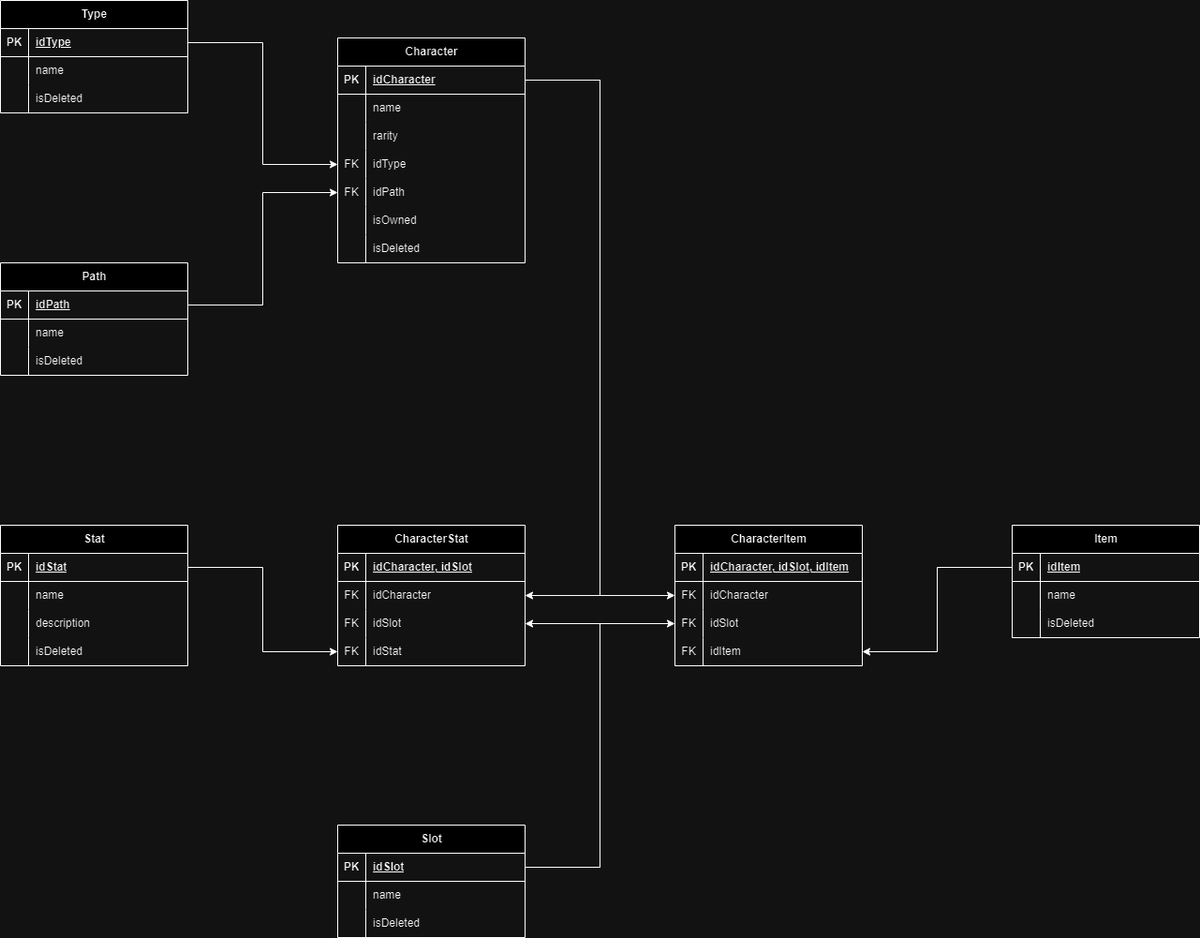
The draw.io diagram HSRDB_RelationalDiagram.png in mabossanyi/HSRDB, before a commit. Source tidied: cells renumbered, new cells last; positions are measured from the earlier drawing's top-left corner, leaving out a move shared by most shapes.
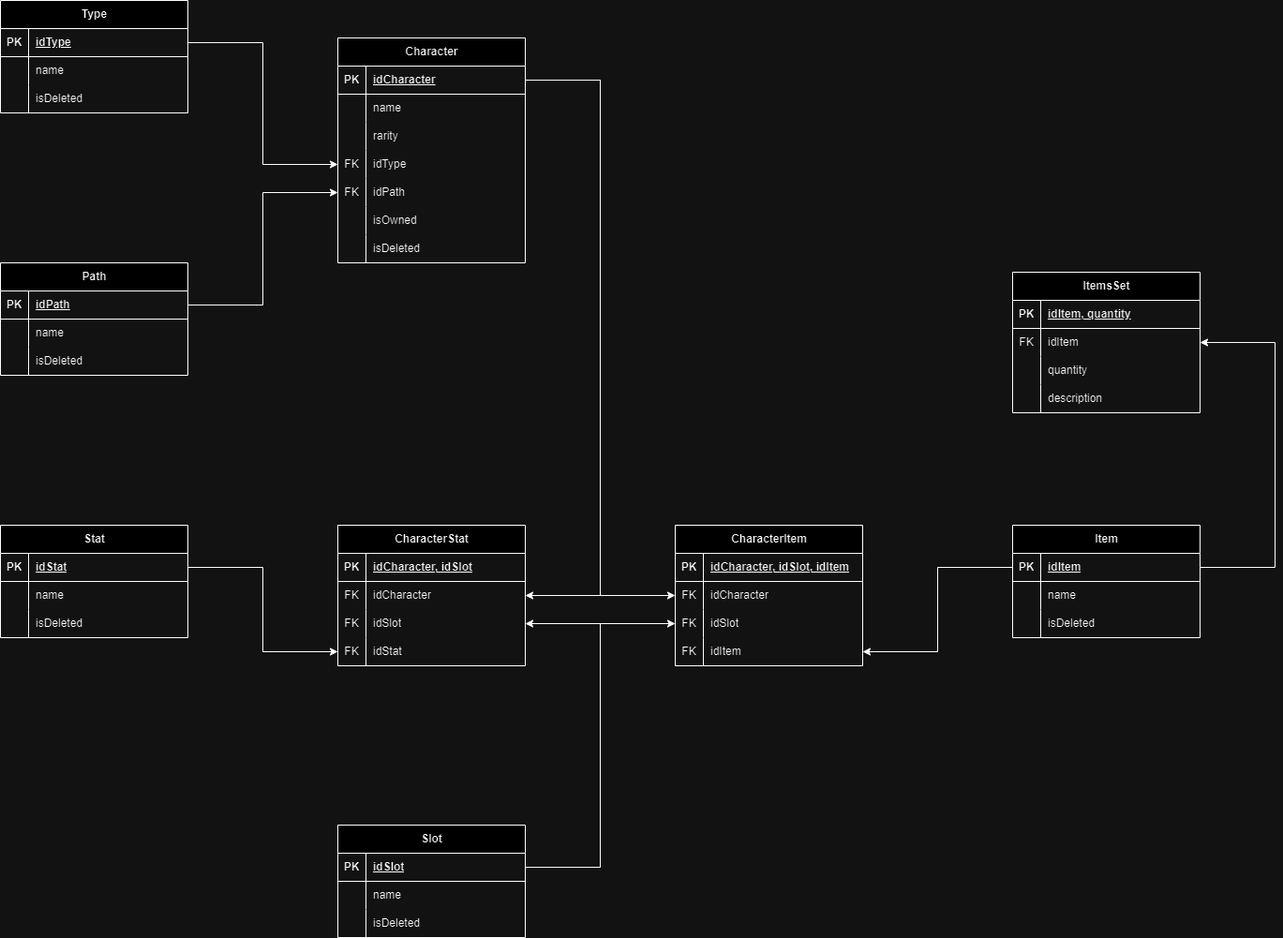
Later version of the same file.

Commit message:
Updated the files related to the ER diagram and Relational diagram for the database

What changed in the source:
```diff
@@ -189,7 +189,7 @@
       <mxGeometry x="30" width="170" height="30" as="geometry" />
     </mxCell>
     <mxCell id="64" value="Stat" style="shape=table;startSize=30;rowLines=0;fontStyle=1;align=center;html=1;" parent="1" vertex="1">
-      <mxGeometry y="560" width="200" height="150" as="geometry" />
+      <mxGeometry y="560" width="200" height="120" as="geometry" />
     </mxCell>
     <mxCell id="65" style="shape=tableRow;horizontal=0;startSize=0;swimlaneHead=0;swimlaneBody=0;fillColor=none;points=[[0,0.5],[1,0.5]];portConstraint=eastwest;top=0;left=0;right=0;bottom=1;" parent="64" vertex="1">
       <mxGeometry y="30" width="200" height="30" as="geometry" />
@@ -209,17 +209,8 @@
     <mxCell id="70" value="name" style="shape=partialRectangle;fillColor=none;top=0;left=0;bottom=0;right=0;align=left;spacingLeft=6;overflow=hidden;whiteSpace=wrap;html=1;" parent="68" vertex="1">
       <mxGeometry x="30" width="170" height="30" as="geometry" />
     </mxCell>
-    <mxCell id="71" style="shape=tableRow;horizontal=0;startSize=0;swimlaneHead=0;swimlaneBody=0;fillColor=none;top=0;left=0;right=0;bottom=0;" parent="64" vertex="1">
-      <mxGeometry y="90" width="200" height="30" as="geometry" />
-    </mxCell>
-    <mxCell id="72" style="shape=partialRectangle;fillColor=none;top=0;left=0;bottom=0;right=0;overflow=hidden;whiteSpace=wrap;html=1;" parent="71" vertex="1">
-      <mxGeometry width="30" height="30" as="geometry" />
-    </mxCell>
-    <mxCell id="73" value="description" style="shape=partialRectangle;fillColor=none;top=0;left=0;bottom=0;right=0;align=left;spacingLeft=6;overflow=hidden;whiteSpace=wrap;html=1;" parent="71" vertex="1">
-      <mxGeometry x="30" width="170" height="30" as="geometry" />
-    </mxCell>
     <mxCell id="74" style="shape=tableRow;horizontal=0;startSize=0;swimlaneHead=0;swimlaneBody=0;fillColor=none;top=0;left=0;right=0;bottom=0;" parent="64" vertex="1">
-      <mxGeometry y="120" width="200" height="30" as="geometry" />
+      <mxGeometry y="90" width="200" height="30" as="geometry" />
     </mxCell>
     <mxCell id="75" style="shape=partialRectangle;fillColor=none;top=0;left=0;bottom=0;right=0;overflow=hidden;whiteSpace=wrap;html=1;" parent="74" vertex="1">
       <mxGeometry width="30" height="30" as="geometry" />
@@ -344,5 +335,52 @@
     <mxCell id="110" style="edgeStyle=orthogonalEdgeStyle;rounded=0;jettySize=auto;html=1;exitX=1;exitY=0.5;exitDx=0;exitDy=0;entryX=0;entryY=0.5;entryDx=0;entryDy=0;" parent="1" edge="1" source="55" target="84">
       <mxGeometry relative="1" as="geometry" />
     </mxCell>
+    <mxCell id="111" value="ItemsSet" style="shape=table;startSize=30;rowLines=0;fontStyle=1;align=center;html=1;" parent="1" vertex="1">
+      <mxGeometry x="1080" y="290" width="200" height="150" as="geometry" />
+    </mxCell>
+    <mxCell id="112" style="shape=tableRow;horizontal=0;startSize=0;swimlaneHead=0;swimlaneBody=0;fillColor=none;top=0;left=0;right=0;bottom=1;" parent="111" vertex="1">
+      <mxGeometry y="30" width="200" height="30" as="geometry" />
+    </mxCell>
+    <mxCell id="113" value="PK" style="shape=partialRectangle;fillColor=none;top=0;left=0;bottom=0;right=0;fontStyle=1;overflow=hidden;whiteSpace=wrap;html=1;" parent="112" vertex="1">
+      <mxGeometry width="30" height="30" as="geometry" />
+    </mxCell>
+    <mxCell id="114" value="idItem, quantity" style="shape=partialRectangle;fillColor=none;top=0;left=0;bottom=0;right=0;align=left;spacingLeft=6;fontStyle=5;overflow=hidden;whiteSpace=wrap;html=1;" parent="112" vertex="1">
+      <mxGeometry x="30" width="170" height="30" as="geometry" />
+    </mxCell>
+    <mxCell id="115" style="shape=tableRow;horizontal=0;startSize=0;swimlaneHead=0;swimlaneBody=0;fillColor=none;points=[[0,0.5],[1,0.5]];portConstraint=eastwest;top=0;left=0;right=0;bottom=0;" parent="111" vertex="1">
+      <mxGeometry y="60" width="200" height="30" as="geometry" />
+    </mxCell>
+    <mxCell id="116" value="FK" style="shape=partialRectangle;fillColor=none;top=0;left=0;bottom=0;right=0;overflow=hidden;whiteSpace=wrap;html=1;" parent="115" vertex="1">
+      <mxGeometry width="30" height="30" as="geometry" />
+    </mxCell>
+    <mxCell id="117" value="idItem" style="shape=partialRectangle;fillColor=none;top=0;left=0;bottom=0;right=0;align=left;spacingLeft=6;overflow=hidden;whiteSpace=wrap;html=1;" parent="115" vertex="1">
+      <mxGeometry x="30" width="170" height="30" as="geometry" />
+    </mxCell>
+    <mxCell id="71" style="shape=tableRow;horizontal=0;startSize=0;swimlaneHead=0;swimlaneBody=0;fillColor=none;top=0;left=0;right=0;bottom=0;" parent="111" vertex="1">
+      <mxGeometry y="90" width="200" height="30" as="geometry" />
+    </mxCell>
+    <mxCell id="118" style="shape=partialRectangle;fillColor=none;top=0;left=0;bottom=0;right=0;overflow=hidden;whiteSpace=wrap;html=1;" parent="71" vertex="1">
+      <mxGeometry width="30" height="30" as="geometry" />
+    </mxCell>
+    <mxCell id="119" value="quantity" style="shape=partialRectangle;fillColor=none;top=0;left=0;bottom=0;right=0;align=left;spacingLeft=6;overflow=hidden;whiteSpace=wrap;html=1;" parent="71" vertex="1">
+      <mxGeometry x="30" width="170" height="30" as="geometry" />
+    </mxCell>
+    <mxCell id="120" style="shape=tableRow;horizontal=0;startSize=0;swimlaneHead=0;swimlaneBody=0;fillColor=none;top=0;left=0;right=0;bottom=0;" parent="111" vertex="1">
+      <mxGeometry y="120" width="200" height="30" as="geometry" />
+    </mxCell>
+    <mxCell id="121" style="shape=partialRectangle;fillColor=none;top=0;left=0;bottom=0;right=0;overflow=hidden;whiteSpace=wrap;html=1;" parent="120" vertex="1">
+      <mxGeometry width="30" height="30" as="geometry" />
+    </mxCell>
+    <mxCell id="73" value="description" style="shape=partialRectangle;fillColor=none;top=0;left=0;bottom=0;right=0;align=left;spacingLeft=6;overflow=hidden;whiteSpace=wrap;html=1;" parent="120" vertex="1">
+      <mxGeometry x="30" width="170" height="30" as="geometry" />
+    </mxCell>
+    <mxCell id="122" style="edgeStyle=orthogonalEdgeStyle;rounded=0;jettySize=auto;html=1;exitX=1;exitY=0.5;exitDx=0;exitDy=0;entryX=1;entryY=0.5;entryDx=0;entryDy=0;" parent="1" edge="1" source="45" target="115">
+      <mxGeometry relative="1" as="geometry">
+        <Array as="points">
+          <mxPoint x="1360" y="605" />
+          <mxPoint x="1360" y="365" />
+        </Array>
+      </mxGeometry>
+    </mxCell>
   </root>
 </mxGraphModel>
```
